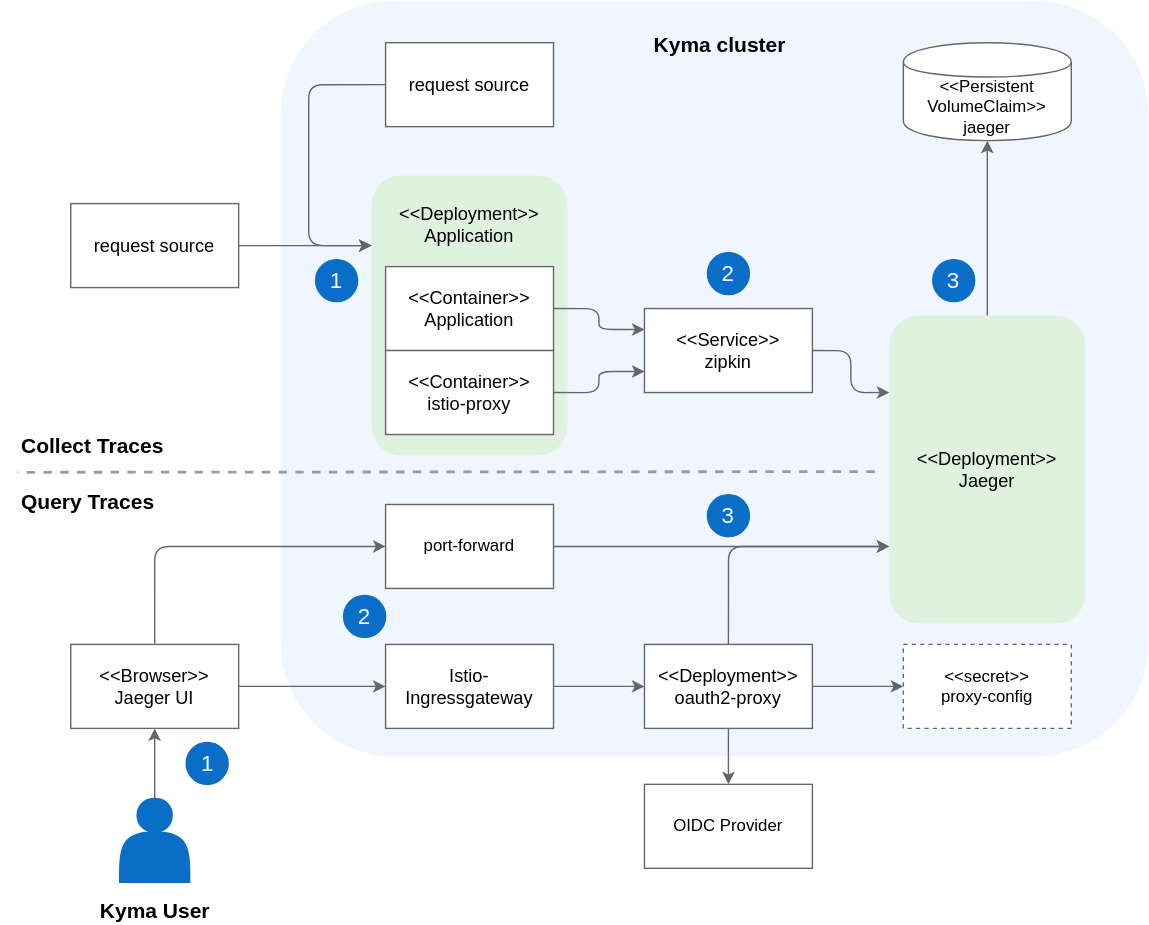
Above: docs/05-technical-reference/03-architecture/assets/obsv-tracing-architecture.svg in kyma-project/kyma (draw.io), before the change. Source tidied: cells renumbered, new cells last; positions are measured from the earlier drawing's top-left corner, leaving out a move shared by most shapes.
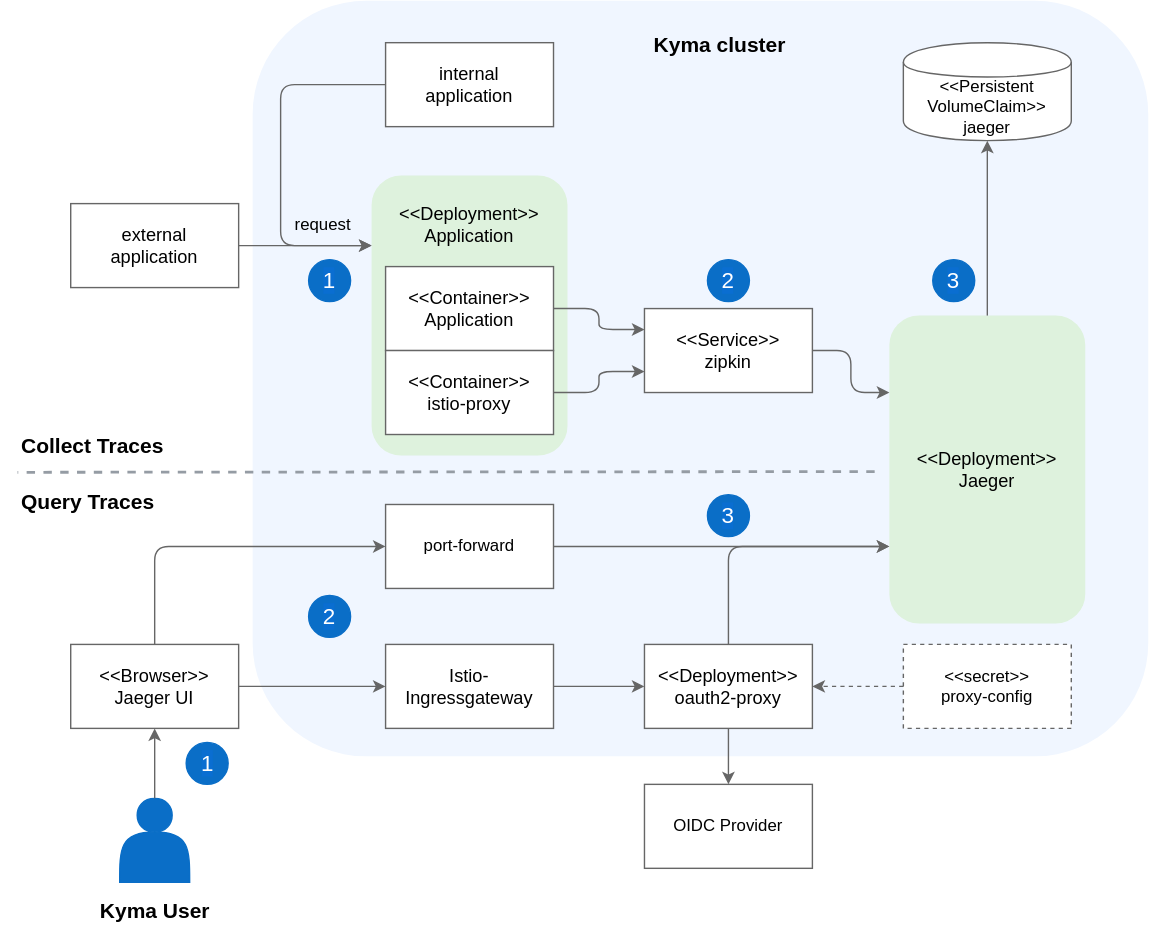
The same diagram one commit later.

Commit message:
updated tracing diagram and description

Diff of the diagram source:
```diff
@@ -6,7 +6,7 @@
       <mxGeometry width="820" height="660" as="geometry" />
     </mxCell>
     <mxCell id="3" style="rounded=1;whiteSpace=wrap;html=1;strokeColor=none;fillColor=#F0F6FF;" parent="1" vertex="1">
-      <mxGeometry x="200" width="620" height="540" as="geometry" />
+      <mxGeometry x="180" width="640" height="540" as="geometry" />
     </mxCell>
     <mxCell id="4" style="rounded=1;whiteSpace=wrap;html=1;strokeColor=none;fillColor=#DEF2DD;" parent="1" vertex="1">
       <mxGeometry x="265" y="125" width="140" height="200" as="geometry" />
@@ -59,10 +59,10 @@
     <mxCell id="19" style="edgeStyle=orthogonalEdgeStyle;rounded=1;jettySize=auto;html=1;fontSize=13;strokeColor=#666666;exitX=1;exitY=0.5;exitDx=0;exitDy=0;entryX=0;entryY=0.25;entryDx=0;entryDy=0;" parent="1" edge="1" source="21" target="4">
       <mxGeometry relative="1" as="geometry" />
     </mxCell>
-    <mxCell id="20" value="&lt;font style=&quot;font-size: 13px&quot;&gt;request source&lt;br&gt;&lt;/font&gt;" style="rounded=0;whiteSpace=wrap;html=1;fontSize=13;strokeColor=#666666;" parent="1" vertex="1">
+    <mxCell id="20" value="&lt;font style=&quot;font-size: 13px&quot;&gt;internal &lt;br&gt;application&lt;br&gt;&lt;/font&gt;" style="rounded=0;whiteSpace=wrap;html=1;fontSize=13;strokeColor=#666666;" parent="1" vertex="1">
       <mxGeometry x="275" y="30" width="120" height="60" as="geometry" />
     </mxCell>
-    <mxCell id="21" value="request source" style="rounded=0;whiteSpace=wrap;html=1;fontSize=13;strokeColor=#666666;" parent="1" vertex="1">
+    <mxCell id="21" value="external&lt;br&gt;application" style="rounded=0;whiteSpace=wrap;html=1;fontSize=13;strokeColor=#666666;" parent="1" vertex="1">
       <mxGeometry x="50" y="145" width="120" height="60" as="geometry" />
     </mxCell>
     <mxCell id="22" value="port-forward" style="rounded=0;whiteSpace=wrap;html=1;strokeColor=#666666;" parent="1" vertex="1">
@@ -92,14 +92,16 @@
     <mxCell id="30" style="edgeStyle=orthogonalEdgeStyle;rounded=1;jettySize=auto;html=1;fontSize=13;strokeColor=#666666;entryX=0.5;entryY=1;entryDx=0;entryDy=0;exitX=0.5;exitY=0;exitDx=0;exitDy=0;" parent="1" edge="1" source="27" target="6">
       <mxGeometry relative="1" as="geometry" />
     </mxCell>
-    <mxCell id="31" style="edgeStyle=orthogonalEdgeStyle;rounded=1;jettySize=auto;html=1;exitX=1;exitY=0.5;exitDx=0;exitDy=0;fontSize=13;strokeColor=#666666;entryX=0;entryY=0.5;entryDx=0;entryDy=0;" parent="1" edge="1" source="10" target="24">
-      <mxGeometry relative="1" as="geometry" />
+    <mxCell id="31" style="edgeStyle=orthogonalEdgeStyle;rounded=1;jettySize=auto;html=1;exitX=0;exitY=0.5;exitDx=0;exitDy=0;fontSize=13;strokeColor=#666666;dashed=1;" parent="1" edge="1" source="24">
+      <mxGeometry relative="1" as="geometry">
+        <mxPoint x="580" y="490" as="targetPoint" />
+      </mxGeometry>
     </mxCell>
     <mxCell id="32" value="&lt;font style=&quot;font-size: 16px&quot;&gt;1&lt;/font&gt;" style="ellipse;whiteSpace=wrap;html=1;labelBackgroundColor=#0A6ED1;fontColor=#FFFFFF;fillColor=#0A6EC7;strokeColor=#0A6EC7;" parent="1" vertex="1">
-      <mxGeometry x="225" y="185" width="30" height="30" as="geometry" />
+      <mxGeometry x="220" y="185" width="30" height="30" as="geometry" />
     </mxCell>
     <mxCell id="33" value="&lt;font style=&quot;font-size: 16px&quot;&gt;2&lt;/font&gt;" style="ellipse;whiteSpace=wrap;html=1;labelBackgroundColor=#0A6ED1;fontColor=#FFFFFF;fillColor=#0A6EC7;strokeColor=#0A6EC7;" parent="1" vertex="1">
-      <mxGeometry x="505" y="180" width="30" height="30" as="geometry" />
+      <mxGeometry x="505" y="185" width="30" height="30" as="geometry" />
     </mxCell>
     <mxCell id="34" value="&lt;font style=&quot;font-size: 16px&quot;&gt;3&lt;/font&gt;" style="ellipse;whiteSpace=wrap;html=1;labelBackgroundColor=#0A6ED1;fontColor=#FFFFFF;fillColor=#0A6EC7;strokeColor=#0A6EC7;" parent="1" vertex="1">
       <mxGeometry x="666" y="185" width="30" height="30" as="geometry" />
@@ -108,7 +110,7 @@
       <mxGeometry x="132.5" y="530" width="30" height="30" as="geometry" />
     </mxCell>
     <mxCell id="36" value="&lt;span style=&quot;font-size: 16px&quot;&gt;2&lt;/span&gt;" style="ellipse;whiteSpace=wrap;html=1;labelBackgroundColor=#0A6ED1;fontColor=#FFFFFF;fillColor=#0A6EC7;strokeColor=#0A6EC7;" parent="1" vertex="1">
-      <mxGeometry x="245" y="425" width="30" height="30" as="geometry" />
+      <mxGeometry x="220" y="425" width="30" height="30" as="geometry" />
     </mxCell>
     <mxCell id="37" value="&lt;font style=&quot;font-size: 16px&quot;&gt;3&lt;/font&gt;" style="ellipse;whiteSpace=wrap;html=1;labelBackgroundColor=#0A6ED1;fontColor=#FFFFFF;fillColor=#0A6EC7;strokeColor=#0A6EC7;" parent="1" vertex="1">
       <mxGeometry x="505" y="353" width="30" height="30" as="geometry" />
@@ -133,13 +135,16 @@
     <mxCell id="43" style="edgeStyle=orthogonalEdgeStyle;rounded=1;jettySize=auto;html=1;fontSize=13;strokeColor=#666666;exitX=0;exitY=0.5;exitDx=0;exitDy=0;entryX=0;entryY=0.25;entryDx=0;entryDy=0;" parent="1" edge="1" source="20" target="4">
       <mxGeometry relative="1" as="geometry">
         <Array as="points">
-          <mxPoint x="220" y="60" />
-          <mxPoint x="220" y="175" />
+          <mxPoint x="200" y="60" />
+          <mxPoint x="200" y="175" />
         </Array>
       </mxGeometry>
     </mxCell>
     <mxCell id="44" style="edgeStyle=orthogonalEdgeStyle;rounded=1;jettySize=auto;html=1;entryX=0;entryY=0.75;entryDx=0;entryDy=0;fontSize=13;strokeColor=#666666;exitX=0.5;exitY=0;exitDx=0;exitDy=0;" parent="1" edge="1" source="10" target="5">
       <mxGeometry relative="1" as="geometry" />
     </mxCell>
+    <mxCell id="45" value="request" style="text;html=1;align=center;verticalAlign=middle;" parent="1" vertex="1">
+      <mxGeometry x="200" y="150" width="60" height="20" as="geometry" />
+    </mxCell>
   </root>
 </mxGraphModel>
```
